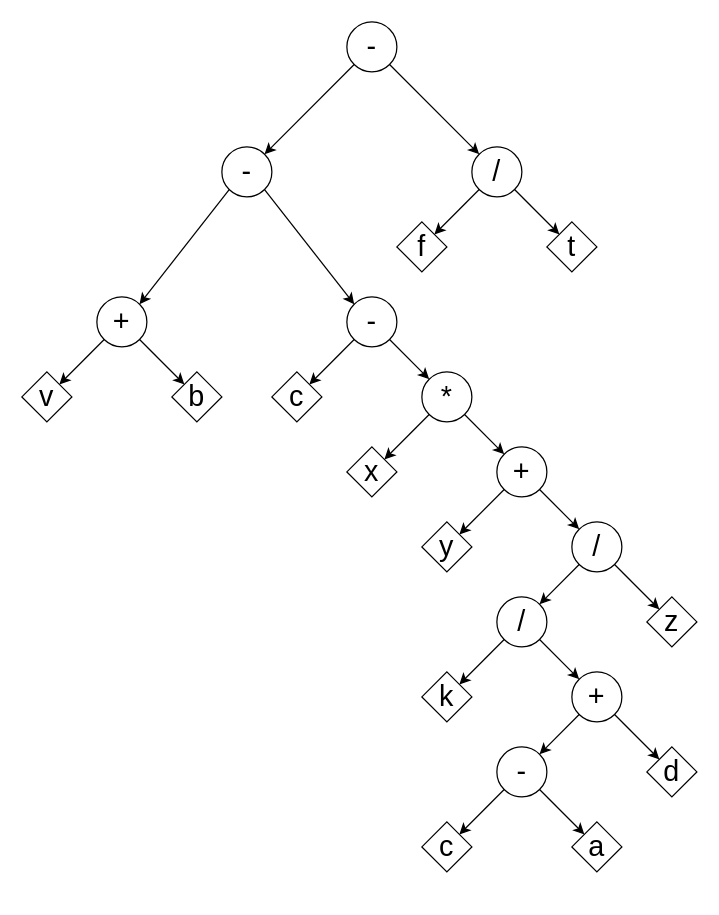
Above: SP.drawio in KrolikOVSky/Draw.io (draw.io), before the change. Source tidied: cells renumbered, new cells numbered last; positions are measured from the earlier drawing's top-left corner, leaving out a move shared by most shapes. Both pictures are drawn from the tidied source at 125%, with x=0, y=0 at pixel (21, 21).
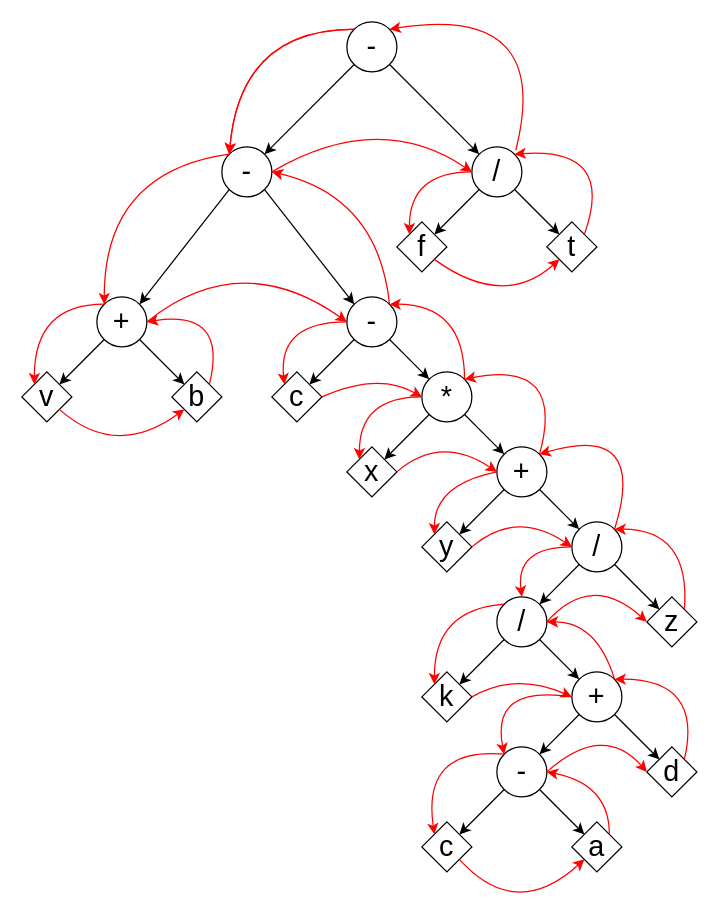
Above is the later version.

Commit message:
Добавлен кольцевой обход

Unchanged cells that the change refers to:
```xml
<mxCell id="2" value="-" style="ellipse;whiteSpace=wrap;html=1;fontSize=23;" parent="1" vertex="1">
  <mxGeometry x="260" width="40" height="40" as="geometry" />
</mxCell>
<mxCell id="3" value="/" style="ellipse;whiteSpace=wrap;html=1;fontSize=23;" parent="1" vertex="1">
  <mxGeometry x="360" y="100" width="40" height="40" as="geometry" />
</mxCell>
<mxCell id="4" value="-" style="ellipse;whiteSpace=wrap;html=1;fontSize=23;" parent="1" vertex="1">
  <mxGeometry x="160" y="100" width="40" height="40" as="geometry" />
</mxCell>
<mxCell id="7" value="+" style="ellipse;whiteSpace=wrap;html=1;fontSize=23;" parent="1" vertex="1">
  <mxGeometry x="60" y="220" width="40" height="40" as="geometry" />
</mxCell>
<mxCell id="8" value="-" style="ellipse;whiteSpace=wrap;html=1;fontSize=23;" parent="1" vertex="1">
  <mxGeometry x="260" y="220" width="40" height="40" as="geometry" />
</mxCell>
<mxCell id="9" value="f" style="rhombus;whiteSpace=wrap;html=1;fontSize=23;" parent="1" vertex="1">
  <mxGeometry x="300" y="160" width="40" height="40" as="geometry" />
</mxCell>
<mxCell id="10" value="t" style="rhombus;whiteSpace=wrap;html=1;fontSize=23;" parent="1" vertex="1">
  <mxGeometry x="420" y="160" width="40" height="40" as="geometry" />
</mxCell>
<mxCell id="11" value="v" style="rhombus;whiteSpace=wrap;html=1;fontSize=23;" parent="1" vertex="1">
  <mxGeometry y="280" width="40" height="40" as="geometry" />
</mxCell>
<mxCell id="12" value="b" style="rhombus;whiteSpace=wrap;html=1;fontSize=23;" parent="1" vertex="1">
  <mxGeometry x="120" y="280" width="40" height="40" as="geometry" />
</mxCell>
<mxCell id="19" value="*" style="ellipse;whiteSpace=wrap;html=1;fontSize=23;" parent="1" vertex="1">
  <mxGeometry x="320" y="280" width="40" height="40" as="geometry" />
</mxCell>
<mxCell id="20" value="c" style="rhombus;whiteSpace=wrap;html=1;fontSize=23;" parent="1" vertex="1">
  <mxGeometry x="200" y="280" width="40" height="40" as="geometry" />
</mxCell>
<mxCell id="21" value="x" style="rhombus;whiteSpace=wrap;html=1;fontSize=23;" parent="1" vertex="1">
  <mxGeometry x="260" y="340" width="40" height="40" as="geometry" />
</mxCell>
<mxCell id="22" value="+" style="ellipse;whiteSpace=wrap;html=1;fontSize=23;" parent="1" vertex="1">
  <mxGeometry x="380" y="340" width="40" height="40" as="geometry" />
</mxCell>
<mxCell id="23" value="y" style="rhombus;whiteSpace=wrap;html=1;fontSize=23;" parent="1" vertex="1">
  <mxGeometry x="320" y="400" width="40" height="40" as="geometry" />
</mxCell>
<mxCell id="30" value="/" style="ellipse;whiteSpace=wrap;html=1;fontSize=23;" parent="1" vertex="1">
  <mxGeometry x="440" y="400" width="40" height="40" as="geometry" />
</mxCell>
<mxCell id="31" value="/" style="ellipse;whiteSpace=wrap;html=1;fontSize=23;" parent="1" vertex="1">
  <mxGeometry x="380" y="460" width="40" height="40" as="geometry" />
</mxCell>
<mxCell id="33" value="k" style="rhombus;whiteSpace=wrap;html=1;fontSize=23;" parent="1" vertex="1">
  <mxGeometry x="320" y="520" width="40" height="40" as="geometry" />
</mxCell>
<mxCell id="35" value="&lt;div style=&quot;font-size: 23px;&quot;&gt;+&lt;br style=&quot;font-size: 23px;&quot;&gt;&lt;/div&gt;" style="ellipse;whiteSpace=wrap;html=1;fontSize=23;" parent="1" vertex="1">
  <mxGeometry x="440" y="520" width="40" height="40" as="geometry" />
</mxCell>
<mxCell id="36" value="z" style="rhombus;whiteSpace=wrap;html=1;fontSize=23;" parent="1" vertex="1">
  <mxGeometry x="500" y="460" width="40" height="40" as="geometry" />
</mxCell>
<mxCell id="39" value="-" style="ellipse;whiteSpace=wrap;html=1;fontSize=23;" parent="1" vertex="1">
  <mxGeometry x="380" y="580" width="40" height="40" as="geometry" />
</mxCell>
<mxCell id="41" value="d" style="rhombus;whiteSpace=wrap;html=1;fontSize=23;" parent="1" vertex="1">
  <mxGeometry x="500" y="580" width="40" height="40" as="geometry" />
</mxCell>
<mxCell id="43" value="c" style="rhombus;whiteSpace=wrap;html=1;fontSize=23;" parent="1" vertex="1">
  <mxGeometry x="320" y="640" width="40" height="40" as="geometry" />
</mxCell>
<mxCell id="44" value="a" style="rhombus;whiteSpace=wrap;html=1;fontSize=23;" parent="1" vertex="1">
  <mxGeometry x="440" y="640" width="40" height="40" as="geometry" />
</mxCell>
```

Change to the diagram source:
```diff
@@
+    <mxCell id="47" style="endArrow=classic;html=1;fontSize=23;strokeColor=#FF0000;entryX=0;entryY=0;entryDx=0;entryDy=0;exitX=0;exitY=0;exitDx=0;exitDy=0;curved=1;" parent="1" edge="1" source="2" target="4">
+      <mxGeometry relative="1" as="geometry">
+        <Array as="points">
+          <mxPoint x="175" y="6" />
+        </Array>
+      </mxGeometry>
+    </mxCell>
+    <mxCell id="48" style="endArrow=classic;html=1;fontSize=23;strokeColor=#FF0000;entryX=0;entryY=0;entryDx=0;entryDy=0;exitX=0;exitY=0;exitDx=0;exitDy=0;curved=1;" parent="1" edge="1" source="4" target="7">
+      <mxGeometry relative="1" as="geometry">
+        <Array as="points">
+          <mxPoint x="66" y="120" />
+        </Array>
+      </mxGeometry>
+    </mxCell>
+    <mxCell id="49" style="endArrow=classic;html=1;fontSize=23;strokeColor=#FF0000;entryX=0;entryY=0;entryDx=0;entryDy=0;exitX=0;exitY=0;exitDx=0;exitDy=0;curved=1;" parent="1" edge="1">
+      <mxGeometry relative="1" as="geometry">
+        <mxPoint x="265.9" y="5.9" as="sourcePoint" />
+        <mxPoint x="165.9" y="105.9" as="targetPoint" />
+        <Array as="points">
+          <mxPoint x="175" y="6" />
+        </Array>
+      </mxGeometry>
+    </mxCell>
+    <mxCell id="50" style="endArrow=classic;html=1;fontSize=23;strokeColor=#FF0000;entryX=0;entryY=0;entryDx=0;entryDy=0;exitX=0;exitY=0;exitDx=0;exitDy=0;curved=1;" parent="1" edge="1" source="7" target="11">
+      <mxGeometry relative="1" as="geometry">
+        <Array as="points">
+          <mxPoint x="10" y="226" />
+        </Array>
+      </mxGeometry>
+    </mxCell>
+    <mxCell id="51" style="endArrow=classic;html=1;fontSize=23;strokeColor=#FF0000;entryX=0;entryY=1;entryDx=0;entryDy=0;exitX=1;exitY=1;exitDx=0;exitDy=0;curved=1;" parent="1" edge="1" source="11" target="12">
+      <mxGeometry relative="1" as="geometry">
+        <Array as="points">
+          <mxPoint x="75" y="350" />
+        </Array>
+      </mxGeometry>
+    </mxCell>
+    <mxCell id="52" style="endArrow=classic;html=1;fontSize=23;strokeColor=#FF0000;entryX=1;entryY=0.5;entryDx=0;entryDy=0;exitX=1;exitY=0;exitDx=0;exitDy=0;curved=1;" parent="1" edge="1" source="12" target="7">
+      <mxGeometry relative="1" as="geometry">
+        <Array as="points">
+          <mxPoint x="165" y="230" />
+        </Array>
+      </mxGeometry>
+    </mxCell>
+    <mxCell id="53" style="endArrow=classic;html=1;fontSize=23;strokeColor=#FF0000;entryX=0;entryY=0.5;entryDx=0;entryDy=0;exitX=1;exitY=0.5;exitDx=0;exitDy=0;curved=1;" parent="1" edge="1" source="7" target="8">
+      <mxGeometry relative="1" as="geometry">
+        <Array as="points">
+          <mxPoint x="175" y="180" />
+        </Array>
+      </mxGeometry>
+    </mxCell>
+    <mxCell id="54" style="endArrow=classic;html=1;fontSize=23;strokeColor=#FF0000;entryX=0;entryY=0;entryDx=0;entryDy=0;exitX=0;exitY=0.5;exitDx=0;exitDy=0;curved=1;" parent="1" edge="1" source="8" target="20">
+      <mxGeometry relative="1" as="geometry">
+        <Array as="points">
+          <mxPoint x="205" y="240" />
+        </Array>
+      </mxGeometry>
+    </mxCell>
+    <mxCell id="55" style="endArrow=classic;html=1;fontSize=23;strokeColor=#FF0000;entryX=0;entryY=0.5;entryDx=0;entryDy=0;exitX=1;exitY=0.5;exitDx=0;exitDy=0;curved=1;" parent="1" edge="1" source="20" target="19">
+      <mxGeometry relative="1" as="geometry">
+        <Array as="points">
+          <mxPoint x="285" y="280" />
+        </Array>
+      </mxGeometry>
+    </mxCell>
+    <mxCell id="56" style="endArrow=classic;html=1;fontSize=23;strokeColor=#FF0000;entryX=0;entryY=0;entryDx=0;entryDy=0;exitX=0;exitY=0.5;exitDx=0;exitDy=0;curved=1;" parent="1" edge="1" source="19" target="21">
+      <mxGeometry relative="1" as="geometry">
+        <Array as="points">
+          <mxPoint x="270" y="300" />
+        </Array>
+      </mxGeometry>
+    </mxCell>
+    <mxCell id="57" style="endArrow=classic;html=1;fontSize=23;strokeColor=#FF0000;entryX=0;entryY=0.5;entryDx=0;entryDy=0;exitX=1;exitY=0.5;exitDx=0;exitDy=0;curved=1;" parent="1" edge="1" source="21" target="22">
+      <mxGeometry relative="1" as="geometry">
+        <Array as="points">
+          <mxPoint x="335" y="330" />
+        </Array>
+      </mxGeometry>
+    </mxCell>
+    <mxCell id="58" style="endArrow=classic;html=1;fontSize=23;strokeColor=#FF0000;entryX=0;entryY=0;entryDx=0;entryDy=0;exitX=0;exitY=0.5;exitDx=0;exitDy=0;curved=1;" parent="1" edge="1" source="22" target="23">
+      <mxGeometry relative="1" as="geometry">
+        <Array as="points">
+          <mxPoint x="330" y="370" />
+        </Array>
+      </mxGeometry>
+    </mxCell>
+    <mxCell id="59" style="endArrow=classic;html=1;fontSize=23;strokeColor=#FF0000;entryX=0;entryY=0.5;entryDx=0;entryDy=0;exitX=1;exitY=0.5;exitDx=0;exitDy=0;curved=1;" parent="1" edge="1" source="23" target="30">
+      <mxGeometry relative="1" as="geometry">
+        <Array as="points">
+          <mxPoint x="395" y="390" />
+        </Array>
+      </mxGeometry>
+    </mxCell>
+    <mxCell id="60" style="endArrow=classic;html=1;fontSize=23;strokeColor=#FF0000;entryX=0.5;entryY=0;entryDx=0;entryDy=0;exitX=0;exitY=0.5;exitDx=0;exitDy=0;curved=1;" parent="1" edge="1" source="30" target="31">
+      <mxGeometry relative="1" as="geometry">
+        <Array as="points">
+          <mxPoint x="395" y="420" />
+        </Array>
+      </mxGeometry>
+    </mxCell>
+    <mxCell id="61" style="endArrow=classic;html=1;fontSize=23;strokeColor=#FF0000;entryX=0;entryY=0;entryDx=0;entryDy=0;exitX=0;exitY=0;exitDx=0;exitDy=0;curved=1;" parent="1" edge="1" source="31" target="33">
+      <mxGeometry relative="1" as="geometry">
+        <Array as="points">
+          <mxPoint x="330" y="470" />
+        </Array>
+      </mxGeometry>
+    </mxCell>
+    <mxCell id="62" style="endArrow=classic;html=1;fontSize=23;strokeColor=#FF0000;entryX=0;entryY=0.5;entryDx=0;entryDy=0;exitX=1;exitY=0.5;exitDx=0;exitDy=0;curved=1;" parent="1" edge="1" source="33" target="35">
+      <mxGeometry relative="1" as="geometry">
+        <Array as="points">
+          <mxPoint x="395" y="520" />
+        </Array>
+      </mxGeometry>
+    </mxCell>
+    <mxCell id="63" style="endArrow=classic;html=1;fontSize=23;strokeColor=#FF0000;entryX=0;entryY=0;entryDx=0;entryDy=0;exitX=0;exitY=0.5;exitDx=0;exitDy=0;curved=1;" parent="1" edge="1" source="35" target="39">
+      <mxGeometry relative="1" as="geometry">
+        <Array as="points">
+          <mxPoint x="375" y="530" />
+        </Array>
+      </mxGeometry>
+    </mxCell>
+    <mxCell id="64" style="endArrow=classic;html=1;fontSize=23;strokeColor=#FF0000;entryX=0;entryY=0;entryDx=0;entryDy=0;exitX=0;exitY=0;exitDx=0;exitDy=0;curved=1;" parent="1" edge="1" source="39" target="43">
+      <mxGeometry relative="1" as="geometry">
+        <Array as="points">
+          <mxPoint x="320" y="580" />
+        </Array>
+      </mxGeometry>
+    </mxCell>
+    <mxCell id="65" style="endArrow=classic;html=1;fontSize=23;strokeColor=#FF0000;entryX=0;entryY=1;entryDx=0;entryDy=0;exitX=1;exitY=1;exitDx=0;exitDy=0;curved=1;" parent="1" edge="1" source="43" target="44">
+      <mxGeometry relative="1" as="geometry">
+        <Array as="points">
+          <mxPoint x="395" y="720" />
+        </Array>
+      </mxGeometry>
+    </mxCell>
+    <mxCell id="66" style="endArrow=classic;html=1;fontSize=23;strokeColor=#FF0000;entryX=1;entryY=0.5;entryDx=0;entryDy=0;exitX=1;exitY=0;exitDx=0;exitDy=0;curved=1;" parent="1" edge="1" source="44" target="39">
+      <mxGeometry relative="1" as="geometry">
+        <Array as="points">
+          <mxPoint x="470" y="610" />
+        </Array>
+      </mxGeometry>
+    </mxCell>
+    <mxCell id="67" style="endArrow=classic;html=1;fontSize=23;strokeColor=#FF0000;entryX=0;entryY=0.5;entryDx=0;entryDy=0;exitX=1;exitY=0.5;exitDx=0;exitDy=0;curved=1;" parent="1" edge="1" source="39" target="41">
+      <mxGeometry relative="1" as="geometry">
+        <Array as="points">
+          <mxPoint x="465" y="560" />
+        </Array>
+      </mxGeometry>
+    </mxCell>
+    <mxCell id="68" style="endArrow=classic;html=1;fontSize=23;strokeColor=#FF0000;entryX=1;entryY=0;entryDx=0;entryDy=0;exitX=1;exitY=0;exitDx=0;exitDy=0;curved=1;" parent="1" edge="1" source="41" target="35">
+      <mxGeometry relative="1" as="geometry">
+        <Array as="points">
+          <mxPoint x="545" y="526" />
+        </Array>
+      </mxGeometry>
+    </mxCell>
+    <mxCell id="69" style="endArrow=classic;html=1;fontSize=23;strokeColor=#FF0000;entryX=1;entryY=0.5;entryDx=0;entryDy=0;exitX=1;exitY=0;exitDx=0;exitDy=0;curved=1;" parent="1" edge="1" source="35" target="31">
+      <mxGeometry relative="1" as="geometry">
+        <Array as="points">
+          <mxPoint x="460" y="480" />
+        </Array>
+      </mxGeometry>
+    </mxCell>
+    <mxCell id="70" style="endArrow=classic;html=1;fontSize=23;strokeColor=#FF0000;entryX=0;entryY=0.5;entryDx=0;entryDy=0;exitX=1;exitY=0.5;exitDx=0;exitDy=0;curved=1;" parent="1" edge="1" source="31" target="36">
+      <mxGeometry relative="1" as="geometry">
+        <Array as="points">
+          <mxPoint x="455" y="440" />
+        </Array>
+      </mxGeometry>
+    </mxCell>
+    <mxCell id="71" style="endArrow=classic;html=1;fontSize=23;strokeColor=#FF0000;entryX=1;entryY=0;entryDx=0;entryDy=0;exitX=1;exitY=0;exitDx=0;exitDy=0;curved=1;" parent="1" edge="1" source="36" target="30">
+      <mxGeometry relative="1" as="geometry">
+        <Array as="points">
+          <mxPoint x="535" y="406" />
+        </Array>
+      </mxGeometry>
+    </mxCell>
+    <mxCell id="72" style="endArrow=classic;html=1;fontSize=23;strokeColor=#FF0000;entryX=1;entryY=0;entryDx=0;entryDy=0;exitX=1;exitY=0;exitDx=0;exitDy=0;curved=1;" parent="1" edge="1" source="30" target="22">
+      <mxGeometry relative="1" as="geometry">
+        <Array as="points">
+          <mxPoint x="500.9" y="320.1" />
+        </Array>
+      </mxGeometry>
+    </mxCell>
+    <mxCell id="73" style="endArrow=classic;html=1;fontSize=23;strokeColor=#FF0000;entryX=1;entryY=0;entryDx=0;entryDy=0;exitX=1;exitY=0;exitDx=0;exitDy=0;curved=1;" parent="1" edge="1" source="22" target="19">
+      <mxGeometry relative="1" as="geometry">
+        <Array as="points">
+          <mxPoint x="435" y="270" />
+        </Array>
+      </mxGeometry>
+    </mxCell>
+    <mxCell id="74" style="endArrow=classic;html=1;fontSize=23;strokeColor=#FF0000;entryX=1;entryY=0;entryDx=0;entryDy=0;exitX=1;exitY=0;exitDx=0;exitDy=0;curved=1;" parent="1" edge="1" source="19" target="8">
+      <mxGeometry relative="1" as="geometry">
+        <Array as="points">
+          <mxPoint x="354" y="226" />
+        </Array>
+      </mxGeometry>
+    </mxCell>
+    <mxCell id="75" style="endArrow=classic;html=1;fontSize=23;strokeColor=#FF0000;entryX=1;entryY=0.5;entryDx=0;entryDy=0;exitX=1;exitY=0;exitDx=0;exitDy=0;curved=1;" parent="1" edge="1" source="8" target="4">
+      <mxGeometry relative="1" as="geometry">
+        <Array as="points">
+          <mxPoint x="285" y="140" />
+        </Array>
+      </mxGeometry>
+    </mxCell>
+    <mxCell id="76" style="endArrow=classic;html=1;fontSize=23;strokeColor=#FF0000;entryX=0;entryY=0.5;entryDx=0;entryDy=0;exitX=1;exitY=0.5;exitDx=0;exitDy=0;curved=1;" parent="1" edge="1" source="4" target="3">
+      <mxGeometry relative="1" as="geometry">
+        <Array as="points">
+          <mxPoint x="285" y="70" />
+        </Array>
+      </mxGeometry>
+    </mxCell>
+    <mxCell id="77" style="endArrow=classic;html=1;fontSize=23;strokeColor=#FF0000;entryX=0;entryY=0;entryDx=0;entryDy=0;exitX=0;exitY=0.5;exitDx=0;exitDy=0;curved=1;" parent="1" edge="1" source="3" target="9">
+      <mxGeometry relative="1" as="geometry">
+        <Array as="points">
+          <mxPoint x="310" y="120" />
+        </Array>
+      </mxGeometry>
+    </mxCell>
+    <mxCell id="78" style="endArrow=classic;html=1;fontSize=23;strokeColor=#FF0000;entryX=0;entryY=1;entryDx=0;entryDy=0;exitX=1;exitY=1;exitDx=0;exitDy=0;curved=1;" parent="1" edge="1" source="9" target="10">
+      <mxGeometry relative="1" as="geometry">
+        <Array as="points">
+          <mxPoint x="385" y="230" />
+        </Array>
+      </mxGeometry>
+    </mxCell>
+    <mxCell id="79" style="endArrow=classic;html=1;fontSize=23;strokeColor=#FF0000;entryX=1;entryY=0;entryDx=0;entryDy=0;exitX=1;exitY=0;exitDx=0;exitDy=0;curved=1;" parent="1" edge="1" source="10" target="3">
+      <mxGeometry relative="1" as="geometry">
+        <Array as="points">
+          <mxPoint x="475" y="100" />
+        </Array>
+      </mxGeometry>
+    </mxCell>
+    <mxCell id="80" style="endArrow=classic;html=1;fontSize=23;strokeColor=#FF0000;entryX=1;entryY=0;entryDx=0;entryDy=0;exitX=0.879;exitY=0.067;exitDx=0;exitDy=0;curved=1;exitPerimeter=0;" parent="1" edge="1" source="3" target="2">
+      <mxGeometry relative="1" as="geometry">
+        <Array as="points">
+          <mxPoint x="425" y="-15" />
+        </Array>
+      </mxGeometry>
+    </mxCell>
```
